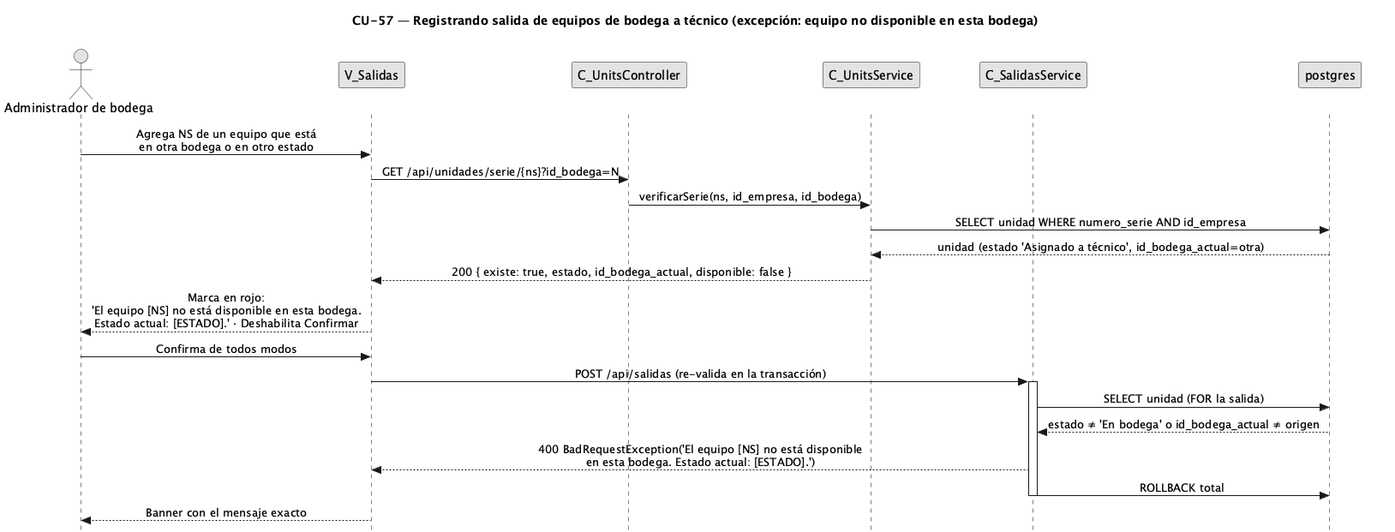
This is diagramas/diagramas-secuencia/CU57/CU57-exc-equipo-no-disponible.png from FSM-Finet-y-Cable-Magico/Team_1-Inventario-y-Bodega, a PlantUML export, as it was before one commit.
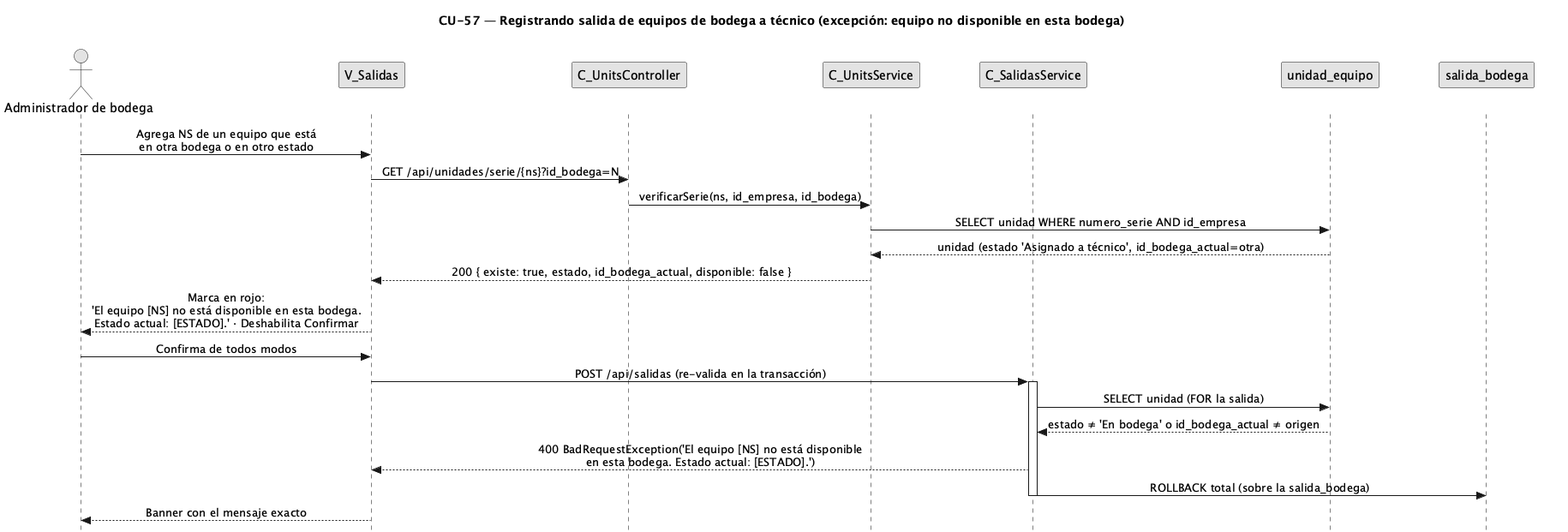
The same file after the commit.

Diff of the diagram source:
```diff
@@ -16,23 +16,24 @@
 participant "C_UnitsController" as uctrl
 participant "C_UnitsService" as usvc
 participant "C_SalidasService" as svc
-participant "postgres" as db
+participant "unidad_equipo" as uent
+participant "salida_bodega" as sald
 
 user -> view : Agrega NS de un equipo que está\nen otra bodega o en otro estado
 view -> uctrl : GET /api/unidades/serie/{ns}?id_bodega=N
 uctrl -> usvc : verificarSerie(ns, id_empresa, id_bodega)
-usvc -> db : SELECT unidad WHERE numero_serie AND id_empresa
-db --> usvc : unidad (estado 'Asignado a técnico', id_bodega_actual=otra)
+usvc -> uent : SELECT unidad WHERE numero_serie AND id_empresa
+uent --> usvc : unidad (estado 'Asignado a técnico', id_bodega_actual=otra)
 usvc --> view : 200 { existe: true, estado, id_bodega_actual, disponible: false }
 view --> user : Marca en rojo:\n'El equipo [NS] no está disponible en esta bodega.\nEstado actual: [ESTADO].' · Deshabilita Confirmar
 
 user -> view : Confirma de todos modos
 view -> svc : POST /api/salidas (re-valida en la transacción)
 activate svc
-svc -> db : SELECT unidad (FOR la salida)
-db --> svc : estado ≠ 'En bodega' o id_bodega_actual ≠ origen
+svc -> uent : SELECT unidad (FOR la salida)
+uent --> svc : estado ≠ 'En bodega' o id_bodega_actual ≠ origen
 svc --> view : 400 BadRequestException('El equipo [NS] no está disponible\nen esta bodega. Estado actual: [ESTADO].')
-svc -> db : ROLLBACK total
+svc -> sald :ROLLBACK total (sobre la salida_bodega)
 deactivate svc
 view --> user : Banner con el mensaje exacto
 deactivate view
```
